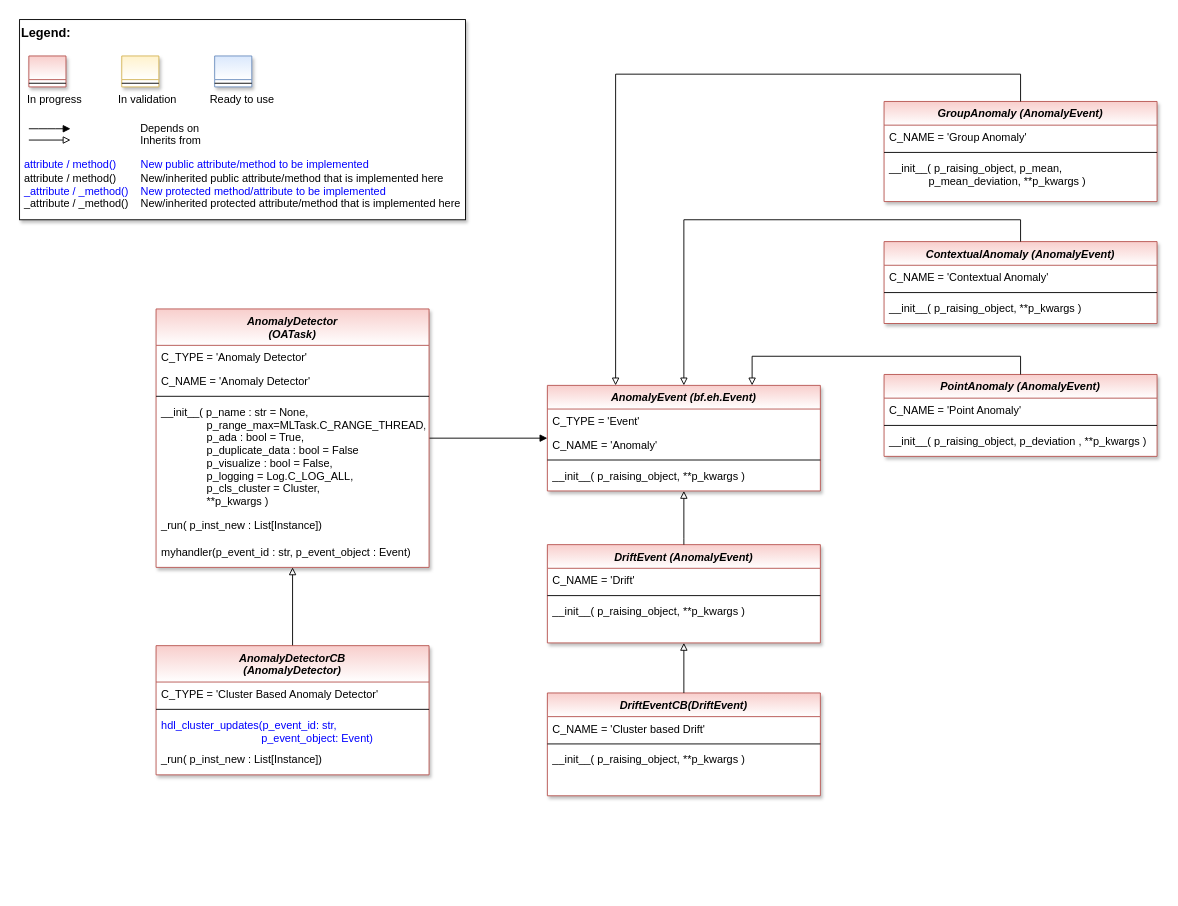
fhswf/MLPro keeps this draw.io diagram as doc/rtd/content/04_appendices/appendix2/sub/core/mlpro_oa/streams/tasks/images/MLPro-OA_Anomaly_Detectors_class_diagram.drawio. Above is the earlier version. Source tidied: cells renumbered, new cells numbered last; positions are measured from the earlier drawing's top-left corner, leaving out a move shared by most shapes. Both pictures are drawn from the tidied source at 91%, with x=0, y=0 at pixel (19, 19).
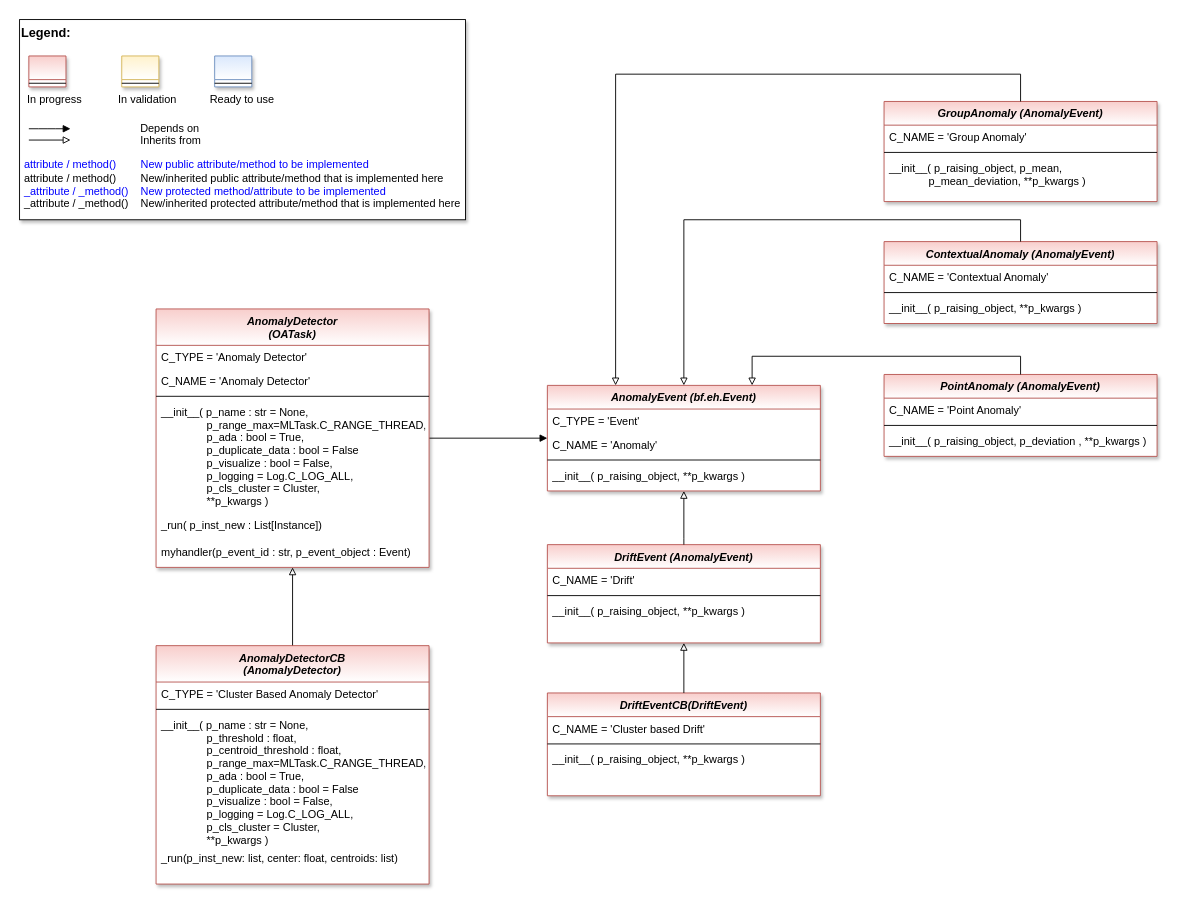
Above is the later version.

Diff of the diagram source:
```diff
@@
     <mxCell id="26" value="AnomalyDetectorCB &#10;(AnomalyDetector)" style="swimlane;fontStyle=3;align=center;verticalAlign=top;horizontal=1;startSize=40;rounded=0;shadow=1;strokeWidth=1;fillColor=#f8cecc;strokeColor=#b85450;swimlaneFillColor=#ffffff;gradientColor=#ffffff;" parent="1" vertex="1">
-      <mxGeometry x="150" y="688" width="300" height="142" as="geometry" />
+      <mxGeometry x="150" y="688" width="300" height="262" as="geometry" />
     </mxCell>
@@
-    <mxCell id="29" value="hdl_cluster_updates(p_event_id: str,&#10;                                 p_event_object: Event)" style="text;align=left;verticalAlign=top;spacingLeft=4;spacingRight=4;overflow=hidden;shadow=1;fontColor=#0000FF;" parent="26" vertex="1">
-      <mxGeometry y="74" width="300" height="38" as="geometry" />
-    </mxCell>
+    <mxCell id="56" value="__init__( p_name : str = None,&#10;               p_threshold : float,&#10;               p_centroid_threshold : float,&#10;               p_range_max=MLTask.C_RANGE_THREAD,&#10;               p_ada : bool = True,&#10;               p_duplicate_data : bool = False&#10;               p_visualize : bool = False,&#10;               p_logging = Log.C_LOG_ALL,&#10;               p_cls_cluster = Cluster,&#10;               **p_kwargs )" style="text;align=left;verticalAlign=top;spacingLeft=4;spacingRight=4;overflow=hidden;fontColor=default;" parent="26" vertex="1">
+      <mxGeometry y="74" width="300" height="146" as="geometry" />
+    </mxCell>
-    <mxCell id="30" value="_run( p_inst_new : List[Instance])" style="text;align=left;verticalAlign=top;spacingLeft=4;spacingRight=4;overflow=hidden;shadow=1;" parent="26" vertex="1">
-      <mxGeometry y="112" width="300" height="30" as="geometry" />
+    <mxCell id="30" value="_run(p_inst_new: list, center: float, centroids: list)" style="text;align=left;verticalAlign=top;spacingLeft=4;spacingRight=4;overflow=hidden;shadow=1;" parent="26" vertex="1">
+      <mxGeometry y="220" width="300" height="30" as="geometry" />
     </mxCell>
```
